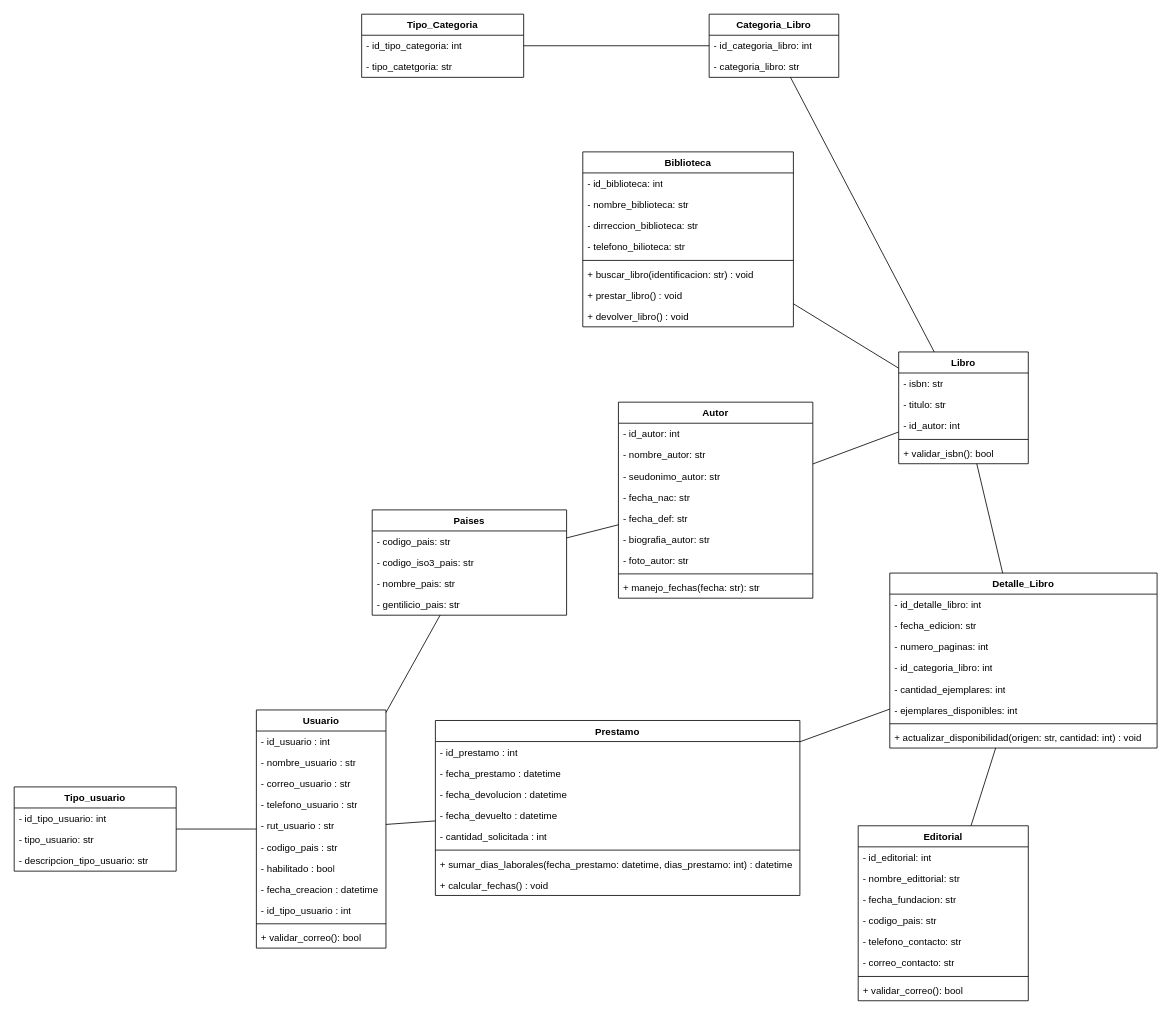
Above: Diagrama.drawio in Leojgv/Biblioteca-POO (draw.io), before the change. Source tidied: cells renumbered, new cells numbered last; positions are measured from the earlier drawing's top-left corner, leaving out a move shared by most shapes. Both pictures are drawn from the tidied source at 81%, with x=0, y=0 at pixel (14, 14).
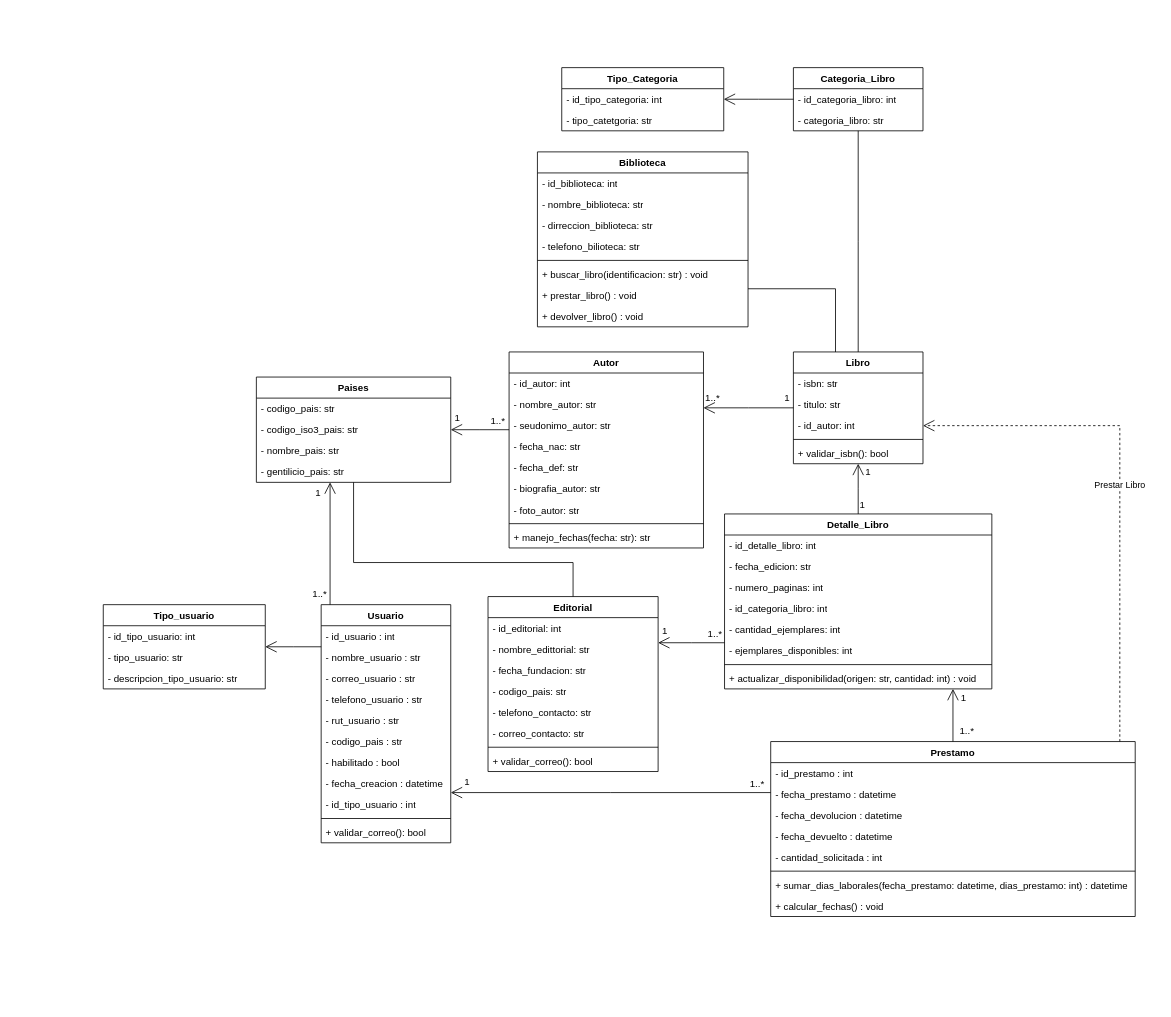
The same diagram, later.

Commit message:
Cambios Diagrama

The edit, as a diff of the source:
```diff
@@
     <mxCell id="2" value="Tipo_usuario" style="swimlane;fontStyle=1;align=center;verticalAlign=top;horizontal=1;startSize=26;whiteSpace=wrap;html=1;" parent="1" vertex="1">
-      <mxGeometry y="954" width="200" height="104" as="geometry" />
+      <mxGeometry x="110" y="729" width="200" height="104" as="geometry" />
     </mxCell>
@@
     <mxCell id="6" value="Tipo_Categoria" style="swimlane;fontStyle=1;align=center;verticalAlign=top;horizontal=1;startSize=26;whiteSpace=wrap;html=1;" parent="1" vertex="1">
-      <mxGeometry x="429" width="200" height="78" as="geometry" />
+      <mxGeometry x="676" y="66" width="200" height="78" as="geometry" />
     </mxCell>
@@
     <mxCell id="9" value="Autor" style="swimlane;fontStyle=1;align=center;verticalAlign=top;horizontal=1;startSize=26;whiteSpace=wrap;html=1;" parent="1" vertex="1">
-      <mxGeometry x="746" y="479" width="240" height="242" as="geometry" />
+      <mxGeometry x="611" y="417" width="240" height="242" as="geometry" />
     </mxCell>
@@
     <mxCell id="19" value="Paises" style="swimlane;fontStyle=1;align=center;verticalAlign=top;horizontal=1;startSize=26;whiteSpace=wrap;html=1;" parent="1" vertex="1">
-      <mxGeometry x="442" y="612" width="240" height="130" as="geometry" />
+      <mxGeometry x="299" y="448" width="240" height="130" as="geometry" />
     </mxCell>
@@
     <mxCell id="24" value="Libro" style="swimlane;fontStyle=1;align=center;verticalAlign=top;horizontal=1;startSize=26;whiteSpace=wrap;html=1;" parent="1" vertex="1">
-      <mxGeometry x="1092" y="417" width="160" height="138" as="geometry" />
+      <mxGeometry x="962" y="417" width="160" height="138" as="geometry" />
     </mxCell>
@@
     <mxCell id="30" value="Editorial" style="swimlane;fontStyle=1;align=center;verticalAlign=top;horizontal=1;startSize=26;whiteSpace=wrap;html=1;" parent="1" vertex="1">
-      <mxGeometry x="1042" y="1002" width="210" height="216" as="geometry" />
+      <mxGeometry x="585" y="719" width="210" height="216" as="geometry" />
     </mxCell>
@@
     <mxCell id="39" value="Detalle_Libro" style="swimlane;fontStyle=1;align=center;verticalAlign=top;horizontal=1;startSize=26;whiteSpace=wrap;html=1;" parent="1" vertex="1">
-      <mxGeometry x="1081" y="690" width="330" height="216" as="geometry" />
+      <mxGeometry x="877" y="617" width="330" height="216" as="geometry" />
     </mxCell>
@@
     <mxCell id="48" value="Categoria_Libro" style="swimlane;fontStyle=1;align=center;verticalAlign=top;horizontal=1;startSize=26;whiteSpace=wrap;html=1;" parent="1" vertex="1">
-      <mxGeometry x="858" width="160" height="78" as="geometry" />
+      <mxGeometry x="962" y="66" width="160" height="78" as="geometry" />
     </mxCell>
@@
     <mxCell id="51" value="Biblioteca" style="swimlane;fontStyle=1;align=center;verticalAlign=top;horizontal=1;startSize=26;whiteSpace=wrap;html=1;" parent="1" vertex="1">
-      <mxGeometry x="702" y="170" width="260" height="216" as="geometry" />
+      <mxGeometry x="646" y="170" width="260" height="216" as="geometry" />
     </mxCell>
@@
     <mxCell id="60" value="Prestamo" style="swimlane;fontStyle=1;align=center;verticalAlign=top;horizontal=1;startSize=26;whiteSpace=wrap;html=1;" parent="1" vertex="1">
-      <mxGeometry x="520" y="872" width="450" height="216" as="geometry" />
+      <mxGeometry x="934" y="898" width="450" height="216" as="geometry" />
     </mxCell>
@@
     <mxCell id="69" value="Usuario" style="swimlane;fontStyle=1;align=center;verticalAlign=top;horizontal=1;startSize=26;whiteSpace=wrap;html=1;" parent="1" vertex="1">
-      <mxGeometry x="299" y="859" width="160" height="294" as="geometry" />
+      <mxGeometry x="379" y="729" width="160" height="294" as="geometry" />
     </mxCell>
@@
-    <mxCell id="81" style="endArrow=none;html=1;rounded=0;" parent="1" edge="1" source="19" target="9">
-      <mxGeometry relative="1" as="geometry" />
-    </mxCell>
-    <mxCell id="82" style="endArrow=none;html=1;rounded=0;" parent="1" edge="1" source="24" target="51">
-      <mxGeometry relative="1" as="geometry" />
+    <mxCell id="82" style="endArrow=none;html=1;rounded=0;edgeStyle=elbowEdgeStyle;elbow=vertical;" parent="1" edge="1" source="24" target="51">
+      <mxGeometry relative="1" as="geometry">
+        <Array as="points">
+          <mxPoint x="1014" y="339" />
+        </Array>
+      </mxGeometry>
     </mxCell>
-    <mxCell id="83" style="endArrow=none;html=1;rounded=0;" parent="1" edge="1" source="6" target="48">
-      <mxGeometry relative="1" as="geometry" />
-    </mxCell>
+    <mxCell id="90" style="endArrow=none;html=1;rounded=0;edgeStyle=elbowEdgeStyle;elbow=vertical;" parent="1" edge="1" source="24" target="48">
+      <mxGeometry relative="1" as="geometry" />
+    </mxCell>
+    <mxCell id="92" style="endArrow=none;html=1;rounded=0;edgeStyle=elbowEdgeStyle;elbow=vertical;" parent="1" edge="1" source="30" target="19">
+      <mxGeometry relative="1" as="geometry">
+        <Array as="points">
+          <mxPoint x="546" y="677" />
+        </Array>
+      </mxGeometry>
+    </mxCell>
+    <mxCell id="93" style="endArrow=open;endFill=1;endSize=12;html=1;rounded=0;edgeStyle=elbowEdgeStyle;elbow=vertical;" parent="1" edge="1" source="9" target="19">
+      <mxGeometry relative="1" as="geometry" />
+    </mxCell>
+    <mxCell id="94" style="endArrow=open;endFill=1;endSize=12;html=1;rounded=0;edgeStyle=elbowEdgeStyle;elbow=vertical;" parent="1" edge="1" source="24" target="9">
+      <mxGeometry relative="1" as="geometry" />
+    </mxCell>
-    <mxCell id="84" style="endArrow=none;html=1;rounded=0;" parent="1" edge="1" source="39" target="24">
+    <mxCell id="84" style="endArrow=open;endFill=1;endSize=12;html=1;rounded=0;edgeStyle=elbowEdgeStyle;elbow=vertical;" parent="1" edge="1" source="39" target="24">
       <mxGeometry relative="1" as="geometry" />
     </mxCell>
-    <mxCell id="85" style="endArrow=none;html=1;rounded=0;" parent="1" edge="1" source="39" target="30">
+    <mxCell id="85" style="endArrow=open;endFill=1;endSize=12;html=1;rounded=0;edgeStyle=elbowEdgeStyle;elbow=vertical;" parent="1" edge="1" source="39" target="30">
       <mxGeometry relative="1" as="geometry" />
     </mxCell>
-    <mxCell id="86" style="endArrow=none;html=1;rounded=0;" parent="1" edge="1" source="9" target="24">
-      <mxGeometry relative="1" as="geometry" />
-    </mxCell>
-    <mxCell id="87" style="endArrow=none;html=1;rounded=0;" parent="1" edge="1" source="69" target="60">
-      <mxGeometry relative="1" as="geometry" />
-    </mxCell>
-    <mxCell id="88" style="endArrow=none;html=1;rounded=0;" parent="1" edge="1" source="39" target="60">
-      <mxGeometry relative="1" as="geometry" />
-    </mxCell>
+    <mxCell id="95" style="endArrow=open;endFill=1;endSize=12;html=1;rounded=0;edgeStyle=elbowEdgeStyle;elbow=vertical;" parent="1" edge="1" source="48" target="6">
+      <mxGeometry relative="1" as="geometry" />
+    </mxCell>
+    <mxCell id="96" style="endArrow=open;endFill=1;endSize=12;html=1;rounded=0;edgeStyle=elbowEdgeStyle;elbow=vertical;" parent="1" edge="1" source="60" target="39">
+      <mxGeometry relative="1" as="geometry">
+        <Array as="points">
+          <mxPoint x="1053" y="937" />
+        </Array>
+      </mxGeometry>
+    </mxCell>
+    <mxCell id="97" style="endArrow=open;endFill=1;endSize=12;html=1;rounded=0;edgeStyle=elbowEdgeStyle;elbow=vertical;" parent="1" edge="1" source="60" target="69">
+      <mxGeometry relative="1" as="geometry" />
+    </mxCell>
+    <mxCell id="91" style="endArrow=open;endFill=1;endSize=12;html=1;rounded=0;edgeStyle=elbowEdgeStyle;elbow=vertical;" parent="1" edge="1" source="69" target="19">
+      <mxGeometry relative="1" as="geometry">
+        <Array as="points">
+          <mxPoint x="390" y="638" />
+          <mxPoint x="390" y="729" />
+        </Array>
+      </mxGeometry>
+    </mxCell>
-    <mxCell id="89" style="endArrow=none;html=1;rounded=0;" parent="1" edge="1" source="69" target="2">
+    <mxCell id="89" style="endArrow=open;endFill=1;endSize=12;html=1;rounded=0;edgeStyle=elbowEdgeStyle;elbow=vertical;" parent="1" edge="1" source="69" target="2">
       <mxGeometry relative="1" as="geometry" />
     </mxCell>
-    <mxCell id="90" style="endArrow=none;html=1;rounded=0;" parent="1" edge="1" source="24" target="48">
-      <mxGeometry relative="1" as="geometry" />
-    </mxCell>
-    <mxCell id="91" style="endArrow=none;html=1;rounded=0;" parent="1" edge="1" source="69" target="19">
-      <mxGeometry relative="1" as="geometry" />
-    </mxCell>
+    <mxCell id="98" value="Prestar Libro" style="endArrow=open;endSize=12;dashed=1;html=1;rounded=0;edgeStyle=elbowEdgeStyle;elbow=vertical;" parent="1" edge="1" source="60" target="24">
+      <mxGeometry relative="1" as="geometry">
+        <Array as="points">
+          <mxPoint x="1365" y="508" />
+        </Array>
+      </mxGeometry>
+    </mxCell>
+    <mxCell id="99" value="1..*" style="text;html=1;align=center;verticalAlign=middle;strokeColor=none;fillColor=none;" parent="1" vertex="1">
+      <mxGeometry x="836" y="461" width="52" height="26" as="geometry" />
+    </mxCell>
+    <mxCell id="100" value="1" style="text;html=1;align=center;verticalAlign=middle;strokeColor=none;fillColor=none;" parent="1" vertex="1">
+      <mxGeometry x="934" y="461" width="39" height="26" as="geometry" />
+    </mxCell>
+    <mxCell id="101" value="1" style="text;html=1;align=center;verticalAlign=middle;strokeColor=none;fillColor=none;" parent="1" vertex="1">
+      <mxGeometry x="1027" y="593" width="39" height="26" as="geometry" />
+    </mxCell>
+    <mxCell id="102" value="1" style="text;html=1;align=center;verticalAlign=middle;strokeColor=none;fillColor=none;" parent="1" vertex="1">
+      <mxGeometry x="1034" y="552" width="39" height="26" as="geometry" />
+    </mxCell>
+    <mxCell id="103" value="1..*" style="text;html=1;align=center;verticalAlign=middle;strokeColor=none;fillColor=none;" parent="1" vertex="1">
+      <mxGeometry x="891" y="937" width="52" height="26" as="geometry" />
+    </mxCell>
+    <mxCell id="104" value="1" style="text;html=1;align=center;verticalAlign=middle;strokeColor=none;fillColor=none;" parent="1" vertex="1">
+      <mxGeometry x="539" y="935" width="39" height="26" as="geometry" />
+    </mxCell>
+    <mxCell id="105" value="1" style="text;html=1;align=center;verticalAlign=middle;strokeColor=none;fillColor=none;" parent="1" vertex="1">
+      <mxGeometry x="783" y="749" width="39" height="26" as="geometry" />
+    </mxCell>
+    <mxCell id="106" value="1..*" style="text;html=1;align=center;verticalAlign=middle;strokeColor=none;fillColor=none;" parent="1" vertex="1">
+      <mxGeometry x="839" y="753" width="52" height="26" as="geometry" />
+    </mxCell>
+    <mxCell id="107" value="1..*" style="text;html=1;align=center;verticalAlign=middle;strokeColor=none;fillColor=none;" parent="1" vertex="1">
+      <mxGeometry x="351" y="703" width="52" height="26" as="geometry" />
+    </mxCell>
+    <mxCell id="108" value="1" style="text;html=1;align=center;verticalAlign=middle;strokeColor=none;fillColor=none;" parent="1" vertex="1">
+      <mxGeometry x="355" y="578" width="39" height="26" as="geometry" />
+    </mxCell>
+    <mxCell id="109" value="1" style="text;html=1;align=center;verticalAlign=middle;strokeColor=none;fillColor=none;" parent="1" vertex="1">
+      <mxGeometry x="527" y="486" width="39" height="26" as="geometry" />
+    </mxCell>
+    <mxCell id="110" value="1..*" style="text;html=1;align=center;verticalAlign=middle;strokeColor=none;fillColor=none;" parent="1" vertex="1">
+      <mxGeometry x="571" y="490" width="52" height="26" as="geometry" />
+    </mxCell>
+    <mxCell id="111" value="1" style="text;html=1;align=center;verticalAlign=middle;strokeColor=none;fillColor=none;" parent="1" vertex="1">
+      <mxGeometry x="1152" y="831" width="39" height="26" as="geometry" />
+    </mxCell>
+    <mxCell id="112" value="1..*" style="text;html=1;align=center;verticalAlign=middle;strokeColor=none;fillColor=none;" parent="1" vertex="1">
+      <mxGeometry x="1149.5" y="872" width="52" height="26" as="geometry" />
+    </mxCell>
```
